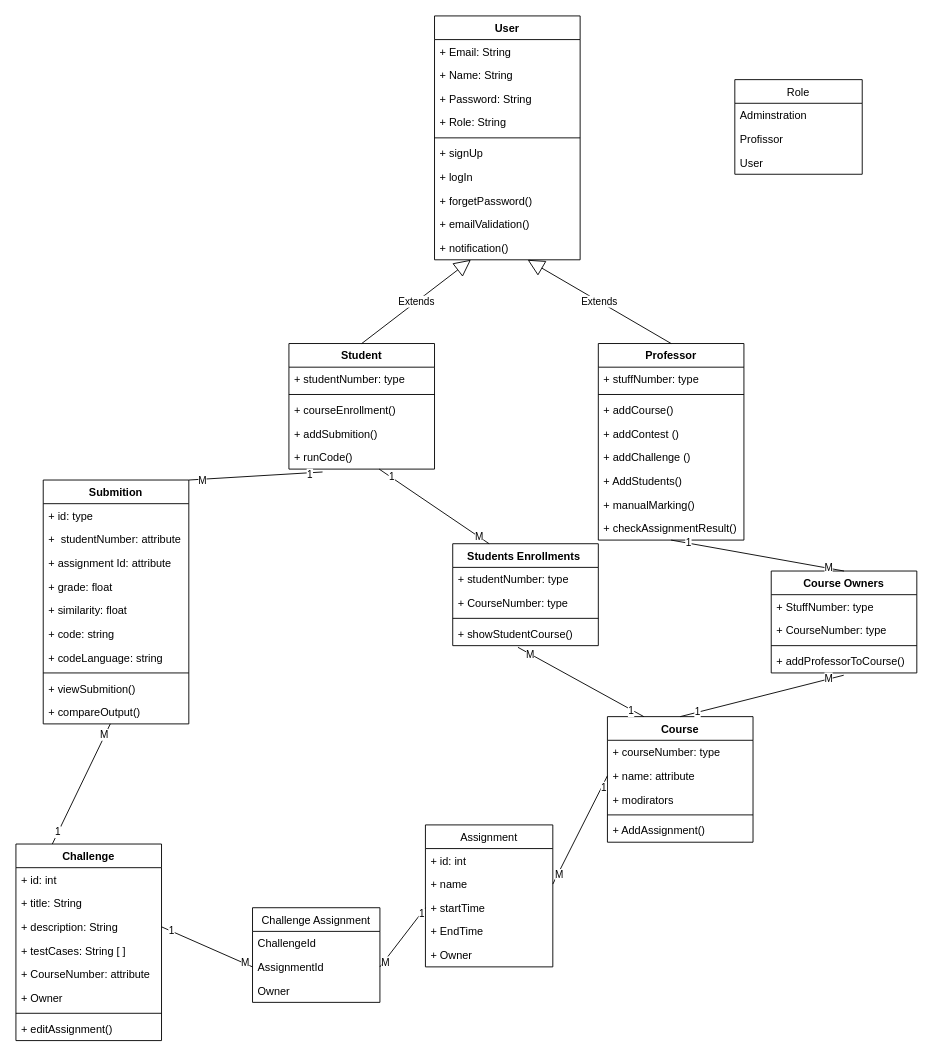
Earlier version of the draw.io diagram Project Matirial/An-Najah Rank.drawio (Momen-Odeh/An-Najah-Rank). Source tidied: cells renumbered, new cells numbered last; positions are measured from the earlier drawing's top-left corner, leaving out a move shared by most shapes. Both pictures are drawn from the tidied source at 91%, with x=0, y=0 at pixel (15, 15).
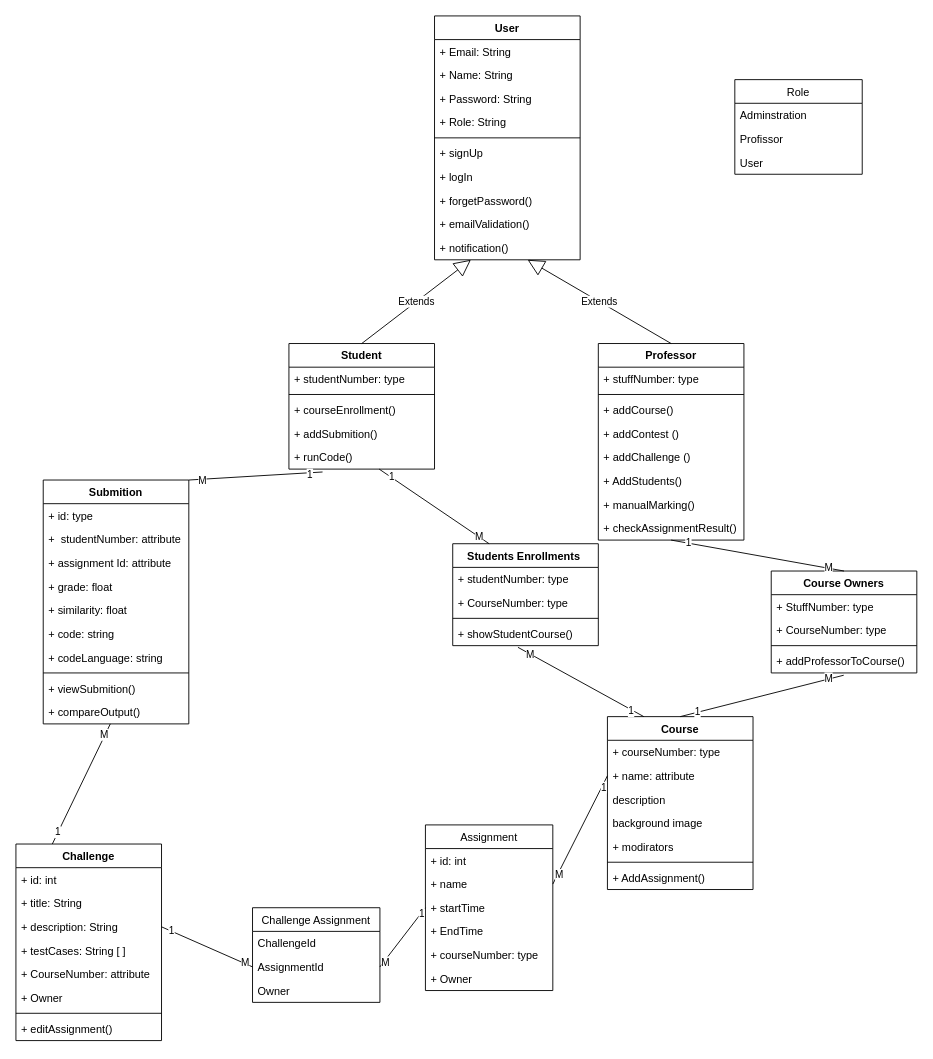
After the change.

Change to the diagram source:
```diff
@@
     <mxCell id="30" value="Course" style="swimlane;fontStyle=1;align=center;verticalAlign=top;horizontal=1;startSize=26;" parent="1" vertex="1">
-      <mxGeometry x="650" y="770" width="160" height="138" as="geometry" />
+      <mxGeometry x="650" y="770" width="160" height="190" as="geometry" />
     </mxCell>
@@
+    <mxCell id="107" value="description" style="text;strokeColor=none;fillColor=none;align=left;verticalAlign=top;spacingLeft=4;spacingRight=4;overflow=hidden;" parent="30" vertex="1">
+      <mxGeometry y="78" width="160" height="26" as="geometry" />
+    </mxCell>
+    <mxCell id="108" value="background image" style="text;strokeColor=none;fillColor=none;align=left;verticalAlign=top;spacingLeft=4;spacingRight=4;overflow=hidden;" parent="30" vertex="1">
+      <mxGeometry y="104" width="160" height="26" as="geometry" />
+    </mxCell>
     <mxCell id="33" value="+ modirators" style="text;strokeColor=none;fillColor=none;align=left;verticalAlign=top;spacingLeft=4;spacingRight=4;overflow=hidden;" parent="30" vertex="1">
-      <mxGeometry y="78" width="160" height="26" as="geometry" />
+      <mxGeometry y="130" width="160" height="26" as="geometry" />
     </mxCell>
     <mxCell id="34" style="line;strokeWidth=1;fillColor=none;align=left;verticalAlign=middle;spacingTop=-1;spacingLeft=3;spacingRight=3;labelPosition=right;" parent="30" vertex="1">
-      <mxGeometry y="104" width="160" height="8" as="geometry" />
+      <mxGeometry y="156" width="160" height="8" as="geometry" />
     </mxCell>
     <mxCell id="35" value="+ AddAssignment()" style="text;strokeColor=none;fillColor=none;align=left;verticalAlign=top;spacingLeft=4;spacingRight=4;overflow=hidden;" parent="30" vertex="1">
-      <mxGeometry y="112" width="160" height="26" as="geometry" />
+      <mxGeometry y="164" width="160" height="26" as="geometry" />
     </mxCell>
@@
     <mxCell id="91" value="Assignment" style="swimlane;fontStyle=0;horizontal=1;startSize=26;fillColor=none;" parent="1" vertex="1">
-      <mxGeometry x="450" y="889" width="140" height="156" as="geometry" />
+      <mxGeometry x="450" y="889" width="140" height="182" as="geometry" />
     </mxCell>
@@
+    <mxCell id="109" value="+ courseNumber: type" style="text;strokeColor=none;fillColor=none;align=left;verticalAlign=top;spacingLeft=4;spacingRight=4;overflow=hidden;" parent="91" vertex="1">
+      <mxGeometry y="130" width="140" height="26" as="geometry" />
+    </mxCell>
     <mxCell id="96" value="+ Owner" style="text;strokeColor=none;fillColor=none;align=left;verticalAlign=top;spacingLeft=4;spacingRight=4;overflow=hidden;" parent="91" vertex="1">
-      <mxGeometry y="130" width="140" height="26" as="geometry" />
+      <mxGeometry y="156" width="140" height="26" as="geometry" />
     </mxCell>
```
